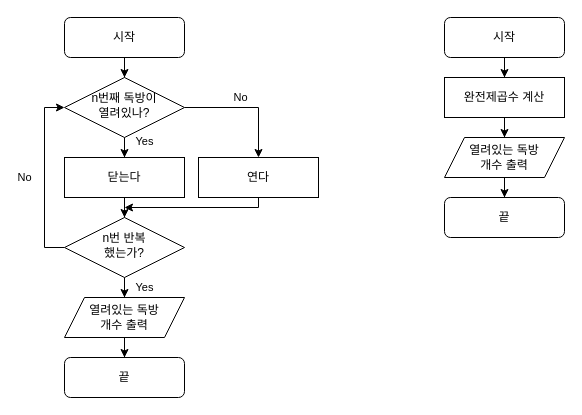
Earlier version of the draw.io diagram 제목 없는 다이어그램.drawio (gusgotoyu365/diagram). Source tidied: cells renumbered, new cells numbered last; positions are measured from the earlier drawing's top-left corner, leaving out a move shared by most shapes. Both pictures are drawn from the tidied source at 100%, with x=0, y=0 at pixel (44, 17).
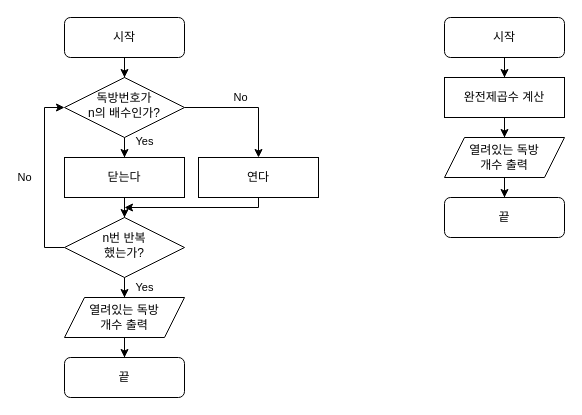
After the change.

Commit message (it also covers changes not shown here):
제목 없는 다이어그램.drawio 업데이트

Change to the diagram source:
```diff
@@
-    <mxCell id="6" value="n번째 독방이&lt;div&gt;열려있나?&lt;/div&gt;" style="rhombus;whiteSpace=wrap;html=1;shadow=0;fontFamily=Helvetica;fontSize=12;align=center;strokeWidth=1;spacing=6;spacingTop=-4;" parent="1" vertex="1">
+    <mxCell id="6" value="&lt;div&gt;독방번호가&lt;/div&gt;n의 배수인가?" style="rhombus;whiteSpace=wrap;html=1;shadow=0;fontFamily=Helvetica;fontSize=12;align=center;strokeWidth=1;spacing=6;spacingTop=-4;" parent="1" vertex="1">
       <mxGeometry x="20" y="60" width="120" height="60" as="geometry" />
     </mxCell>
```
